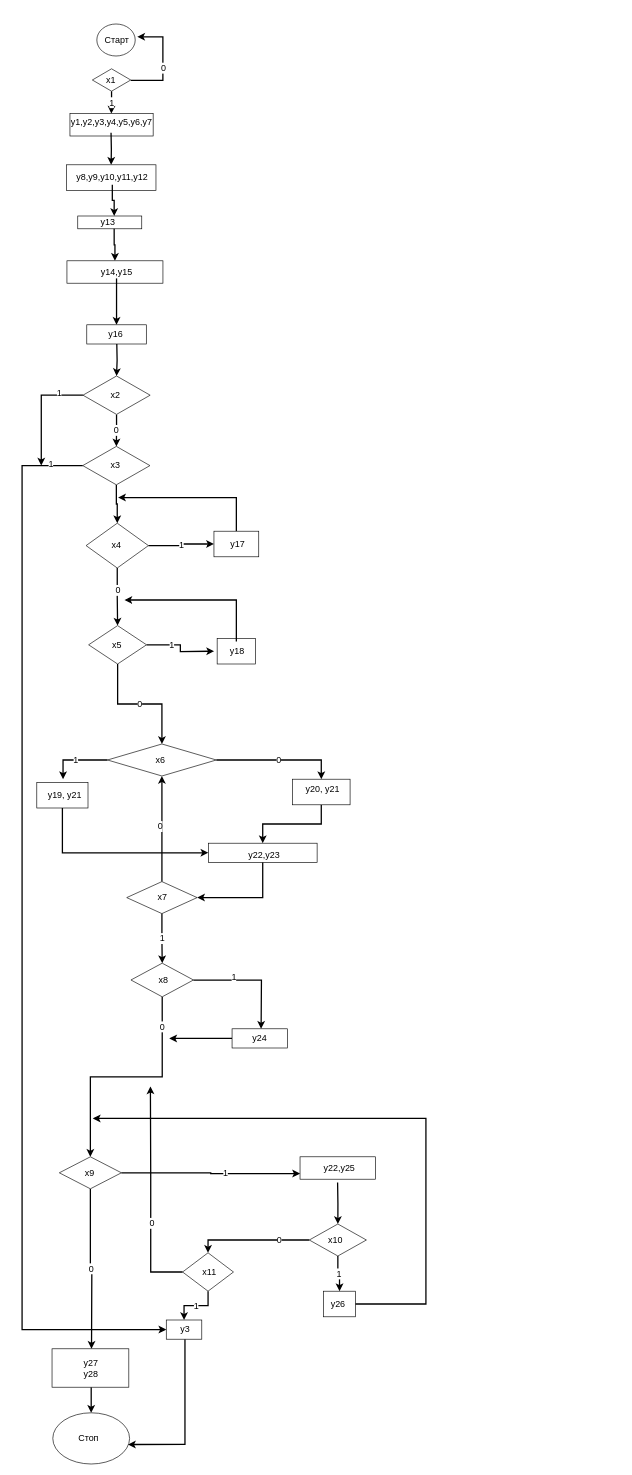
Before: BTDLab2/asdn.drawio in Paremir/Asp.Net-1, a draw.io diagram. Source tidied: cells renumbered, new cells numbered last; positions are measured from the earlier drawing's top-left corner, leaving out a move shared by most shapes. Both pictures are drawn from the tidied source at 64%, with x=0, y=0 at pixel (22, 24).
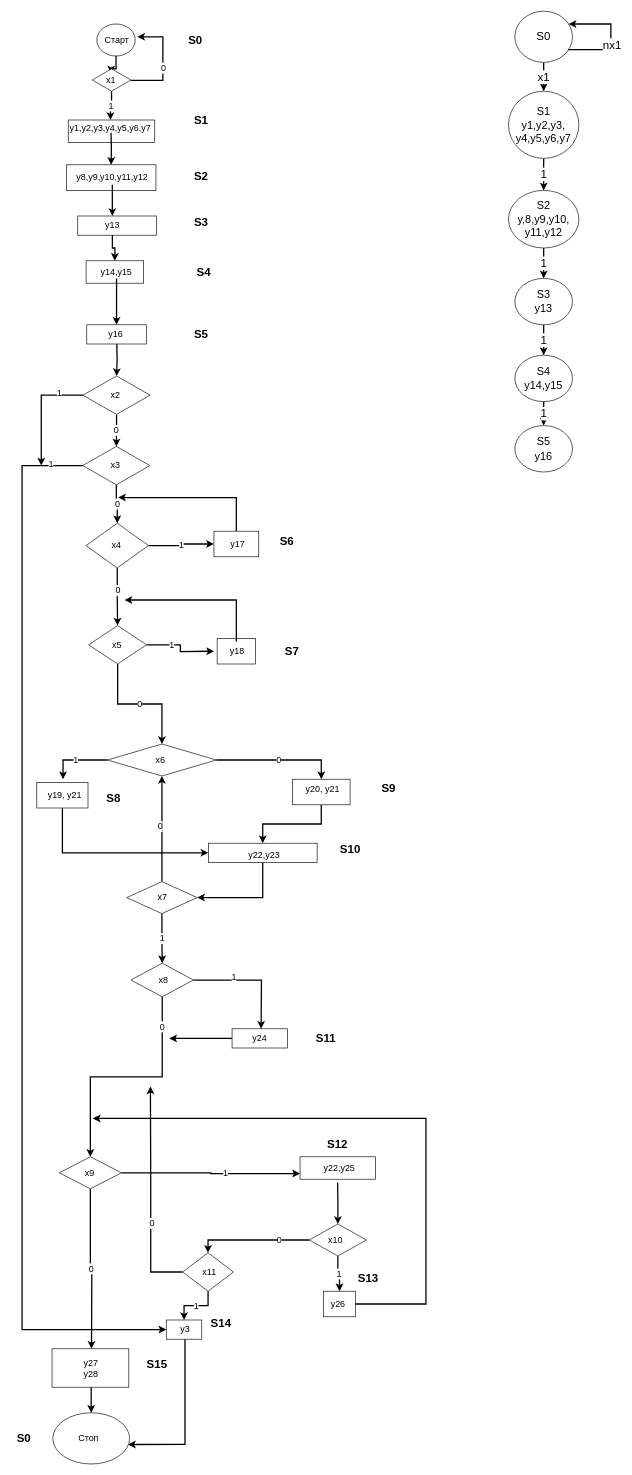
After the change.

The change refers to these unchanged cells:
```xml
<mxCell id="2" style="ellipse;whiteSpace=wrap;html=1;fontSize=14;" parent="1" vertex="1">
  <mxGeometry x="116.8" width="60" height="50" as="geometry" />
</mxCell>
<mxCell id="8" value="x1" style="text;html=1;strokeColor=none;fillColor=none;align=center;verticalAlign=middle;whiteSpace=wrap;rounded=0;fontSize=14;" parent="1" vertex="1">
  <mxGeometry x="119.2" y="77.5" width="40" height="20" as="geometry" />
</mxCell>
<mxCell id="14" value="y8,y9,y10,y11,y12" style="text;html=1;strokeColor=none;fillColor=none;align=center;verticalAlign=middle;whiteSpace=wrap;rounded=0;fontSize=14;" parent="1" vertex="1">
  <mxGeometry x="91" y="228.8" width="100" height="22.5" as="geometry" />
</mxCell>
<mxCell id="27" style="rhombus;whiteSpace=wrap;html=1;fontSize=14;" parent="1" vertex="1">
  <mxGeometry x="100" y="780" width="97.4" height="70" as="geometry" />
</mxCell>
<mxCell id="85" style="rhombus;whiteSpace=wrap;html=1;fontSize=14;" parent="1" vertex="1">
  <mxGeometry x="94.8" y="660" width="105" height="60" as="geometry" />
</mxCell>
```

The edit, as a diff of the source:
```diff
@@
+    <mxCell id="106" style="edgeStyle=orthogonalEdgeStyle;rounded=0;jettySize=auto;html=1;entryX=0.5;entryY=0;entryDx=0;entryDy=0;fontSize=18;strokeWidth=2;" parent="1" edge="1" source="2" target="8">
+      <mxGeometry relative="1" as="geometry" />
+    </mxCell>
@@
     <mxCell id="9" style="rounded=0;whiteSpace=wrap;html=1;fontSize=14;" parent="1" vertex="1">
-      <mxGeometry x="74.8" y="140" width="130" height="35" as="geometry" />
+      <mxGeometry x="72.1" y="150" width="135.2" height="35" as="geometry" />
     </mxCell>
@@
     <mxCell id="11" value="y1,y2,y3,y4,y5,y6,y7" style="text;html=1;strokeColor=none;fillColor=none;align=center;verticalAlign=middle;whiteSpace=wrap;rounded=0;fontSize=14;" parent="1" vertex="1">
-      <mxGeometry x="80.5" y="140" width="118" height="25" as="geometry" />
+      <mxGeometry x="79.1" y="150" width="118" height="25" as="geometry" />
     </mxCell>
@@
-    <mxCell id="13" style="edgeStyle=orthogonalEdgeStyle;rounded=0;jettySize=auto;html=1;entryX=0.75;entryY=0;entryDx=0;entryDy=0;fontSize=14;strokeWidth=2;" parent="1" edge="1" source="14" target="17">
+    <mxCell id="13" style="edgeStyle=orthogonalEdgeStyle;rounded=0;jettySize=auto;html=1;entryX=0.5;entryY=0;entryDx=0;entryDy=0;fontSize=14;strokeWidth=2;" parent="1" edge="1" source="14" target="17">
       <mxGeometry relative="1" as="geometry" />
     </mxCell>
@@
     <mxCell id="15" style="rounded=0;whiteSpace=wrap;html=1;fontSize=14;" parent="1" vertex="1">
-      <mxGeometry x="87" y="300" width="100" height="20" as="geometry" />
+      <mxGeometry x="87" y="300" width="123" height="30" as="geometry" />
     </mxCell>
-    <mxCell id="16" style="edgeStyle=orthogonalEdgeStyle;rounded=0;jettySize=auto;html=1;entryX=0.5;entryY=0;entryDx=0;entryDy=0;fontSize=14;strokeWidth=2;exitX=0.75;exitY=1;exitDx=0;exitDy=0;" parent="1" edge="1" source="17" target="18">
+    <mxCell id="16" style="edgeStyle=orthogonalEdgeStyle;rounded=0;jettySize=auto;html=1;entryX=0.5;entryY=0;entryDx=0;entryDy=0;fontSize=14;strokeWidth=2;exitX=0.5;exitY=1;exitDx=0;exitDy=0;" parent="1" edge="1" source="17" target="18">
       <mxGeometry relative="1" as="geometry" />
     </mxCell>
     <mxCell id="17" value="y13" style="text;html=1;strokeColor=none;fillColor=none;align=center;verticalAlign=middle;whiteSpace=wrap;rounded=0;fontSize=14;" parent="1" vertex="1">
-      <mxGeometry x="113.5" y="300" width="40.5" height="20" as="geometry" />
+      <mxGeometry x="97.8" y="300" width="86.5" height="30" as="geometry" />
     </mxCell>
     <mxCell id="18" style="rounded=0;whiteSpace=wrap;html=1;fontSize=14;" parent="1" vertex="1">
-      <mxGeometry x="70.1" y="370" width="150" height="35" as="geometry" />
+      <mxGeometry x="100" y="370" width="90" height="35" as="geometry" />
     </mxCell>
@@
     <mxCell id="20" value="y14,y15" style="text;html=1;strokeColor=none;fillColor=none;align=center;verticalAlign=middle;whiteSpace=wrap;rounded=0;fontSize=14;" parent="1" vertex="1">
-      <mxGeometry x="82.6" y="377.5" width="130" height="20" as="geometry" />
+      <mxGeometry x="106.3" y="377.5" width="82.6" height="20" as="geometry" />
     </mxCell>
@@
-    <mxCell id="84" style="edgeStyle=orthogonalEdgeStyle;rounded=0;jettySize=auto;html=1;entryX=0.5;entryY=0;entryDx=0;entryDy=0;fontSize=14;strokeWidth=2;" parent="1" edge="1" source="85" target="27">
+    <mxCell id="84" value="0" style="edgeStyle=orthogonalEdgeStyle;rounded=0;jettySize=auto;html=1;entryX=0.5;entryY=0;entryDx=0;entryDy=0;fontSize=14;strokeWidth=2;" parent="1" edge="1" source="85" target="27">
       <mxGeometry relative="1" as="geometry" />
     </mxCell>
@@
+    <mxCell id="107" value="S0" style="text;html=1;strokeColor=none;fillColor=none;align=center;verticalAlign=middle;whiteSpace=wrap;rounded=0;fontSize=18;fontStyle=1;" parent="1" vertex="1">
+      <mxGeometry x="250.5" y="15" width="40" height="20" as="geometry" />
+    </mxCell>
+    <mxCell id="108" value="S1" style="text;html=1;strokeColor=none;fillColor=none;align=center;verticalAlign=middle;whiteSpace=wrap;rounded=0;fontSize=18;fontStyle=1;" parent="1" vertex="1">
+      <mxGeometry x="260.3" y="140" width="40" height="20" as="geometry" />
+    </mxCell>
+    <mxCell id="109" value="S2" style="text;html=1;strokeColor=none;fillColor=none;align=center;verticalAlign=middle;whiteSpace=wrap;rounded=0;fontSize=18;fontStyle=1;" parent="1" vertex="1">
+      <mxGeometry x="259.8" y="228.8" width="40" height="20" as="geometry" />
+    </mxCell>
+    <mxCell id="110" value="S3" style="text;html=1;strokeColor=none;fillColor=none;align=center;verticalAlign=middle;whiteSpace=wrap;rounded=0;fontSize=18;fontStyle=1;" parent="1" vertex="1">
+      <mxGeometry x="260.3" y="300" width="40" height="20" as="geometry" />
+    </mxCell>
+    <mxCell id="111" value="S4" style="text;html=1;strokeColor=none;fillColor=none;align=center;verticalAlign=middle;whiteSpace=wrap;rounded=0;fontSize=18;fontStyle=1;" parent="1" vertex="1">
+      <mxGeometry x="263.5" y="377.5" width="40" height="20" as="geometry" />
+    </mxCell>
+    <mxCell id="112" value="S5" style="text;html=1;strokeColor=none;fillColor=none;align=center;verticalAlign=middle;whiteSpace=wrap;rounded=0;fontSize=18;fontStyle=1;" parent="1" vertex="1">
+      <mxGeometry x="260.3" y="475" width="40" height="20" as="geometry" />
+    </mxCell>
+    <mxCell id="113" value="S6" style="text;html=1;strokeColor=none;fillColor=none;align=center;verticalAlign=middle;whiteSpace=wrap;rounded=0;fontSize=18;fontStyle=1;" parent="1" vertex="1">
+      <mxGeometry x="394.3" y="797.5" width="40" height="20" as="geometry" />
+    </mxCell>
+    <mxCell id="114" value="S7" style="text;html=1;strokeColor=none;fillColor=none;align=center;verticalAlign=middle;whiteSpace=wrap;rounded=0;fontSize=18;fontStyle=1;" parent="1" vertex="1">
+      <mxGeometry x="401.7" y="970" width="40" height="20" as="geometry" />
+    </mxCell>
+    <mxCell id="115" value="S8" style="text;html=1;strokeColor=none;fillColor=none;align=center;verticalAlign=middle;whiteSpace=wrap;rounded=0;fontSize=18;fontStyle=1;" parent="1" vertex="1">
+      <mxGeometry x="123.2" y="1200" width="40" height="20" as="geometry" />
+    </mxCell>
+    <mxCell id="116" value="S9" style="text;html=1;strokeColor=none;fillColor=none;align=center;verticalAlign=middle;whiteSpace=wrap;rounded=0;fontSize=18;fontStyle=1;" parent="1" vertex="1">
+      <mxGeometry x="552.6" y="1185" width="40" height="20" as="geometry" />
+    </mxCell>
+    <mxCell id="117" value="S10" style="text;html=1;strokeColor=none;fillColor=none;align=center;verticalAlign=middle;whiteSpace=wrap;rounded=0;fontSize=18;fontStyle=1;" parent="1" vertex="1">
+      <mxGeometry x="493.2" y="1280" width="40" height="20" as="geometry" />
+    </mxCell>
+    <mxCell id="118" value="S11" style="text;html=1;strokeColor=none;fillColor=none;align=center;verticalAlign=middle;whiteSpace=wrap;rounded=0;fontSize=18;fontStyle=1;" parent="1" vertex="1">
+      <mxGeometry x="455.3" y="1575" width="40" height="20" as="geometry" />
+    </mxCell>
+    <mxCell id="119" value="S12" style="text;html=1;strokeColor=none;fillColor=none;align=center;verticalAlign=middle;whiteSpace=wrap;rounded=0;fontSize=18;fontStyle=1;" parent="1" vertex="1">
+      <mxGeometry x="473.4" y="1740" width="40" height="20" as="geometry" />
+    </mxCell>
+    <mxCell id="120" value="S13" style="text;html=1;strokeColor=none;fillColor=none;align=center;verticalAlign=middle;whiteSpace=wrap;rounded=0;fontSize=18;fontStyle=1;" parent="1" vertex="1">
+      <mxGeometry x="521" y="1950" width="40" height="20" as="geometry" />
+    </mxCell>
+    <mxCell id="121" value="S14" style="text;html=1;strokeColor=none;fillColor=none;align=center;verticalAlign=middle;whiteSpace=wrap;rounded=0;fontSize=18;fontStyle=1;" parent="1" vertex="1">
+      <mxGeometry x="291" y="2020" width="40" height="20" as="geometry" />
+    </mxCell>
+    <mxCell id="122" value="S15" style="text;html=1;strokeColor=none;fillColor=none;align=center;verticalAlign=middle;whiteSpace=wrap;rounded=0;fontSize=18;fontStyle=1;" parent="1" vertex="1">
+      <mxGeometry x="191" y="2085" width="40" height="20" as="geometry" />
+    </mxCell>
+    <mxCell id="123" value="S0" style="text;html=1;strokeColor=none;fillColor=none;align=center;verticalAlign=middle;whiteSpace=wrap;rounded=0;fontSize=18;fontStyle=1;" parent="1" vertex="1">
+      <mxGeometry x="-17" y="2200" width="40" height="20" as="geometry" />
+    </mxCell>
+    <mxCell id="124" value="&lt;font style=&quot;font-size: 18px&quot;&gt;x1&lt;/font&gt;" style="edgeStyle=orthogonalEdgeStyle;rounded=0;jettySize=auto;html=1;entryX=0.5;entryY=0;entryDx=0;entryDy=0;fontSize=18;strokeWidth=2;" parent="1" edge="1" source="127" target="129">
+      <mxGeometry relative="1" as="geometry" />
+    </mxCell>
+    <mxCell id="125" style="edgeStyle=orthogonalEdgeStyle;rounded=0;orthogonalLoop=1;jettySize=auto;html=1;fontSize=18;strokeWidth=2;exitX=1;exitY=1;exitDx=0;exitDy=0;" parent="1" edge="1" source="127" target="127">
+      <mxGeometry relative="1" as="geometry">
+        <Array as="points">
+          <mxPoint x="920" y="40" />
+          <mxPoint x="920" />
+        </Array>
+      </mxGeometry>
+    </mxCell>
+    <mxCell id="126" value="nx1" style="edgeLabel;html=1;align=center;verticalAlign=middle;fontSize=18;" parent="125" vertex="1">
+      <mxGeometry x="-0.05" y="-1" relative="1" as="geometry" />
+    </mxCell>
+    <mxCell id="127" value="S0" style="ellipse;whiteSpace=wrap;html=1;fontSize=18;" parent="1" vertex="1">
+      <mxGeometry x="770" y="-20" width="90" height="80" as="geometry" />
+    </mxCell>
+    <mxCell id="128" value="1" style="edgeStyle=orthogonalEdgeStyle;rounded=0;jettySize=auto;html=1;entryX=0.5;entryY=0;entryDx=0;entryDy=0;fontSize=18;strokeWidth=2;" parent="1" edge="1" source="129" target="131">
+      <mxGeometry relative="1" as="geometry" />
+    </mxCell>
+    <mxCell id="129" value="&lt;font style=&quot;font-size: 17px&quot;&gt;S1&lt;br&gt;&lt;font style=&quot;font-size: 17px&quot;&gt;y1&lt;/font&gt;,y2,y3,&lt;br&gt;y4,y5,y6,y7&lt;/font&gt;" style="ellipse;whiteSpace=wrap;html=1;fontSize=18;" parent="1" vertex="1">
+      <mxGeometry x="760" y="105" width="110" height="105" as="geometry" />
+    </mxCell>
+    <mxCell id="130" value="1" style="edgeStyle=orthogonalEdgeStyle;rounded=0;jettySize=auto;html=1;entryX=0.5;entryY=0;entryDx=0;entryDy=0;fontSize=18;strokeWidth=2;" parent="1" edge="1" source="131" target="133">
+      <mxGeometry relative="1" as="geometry" />
+    </mxCell>
+    <mxCell id="131" value="&lt;font style=&quot;font-size: 17px&quot;&gt;S2&lt;br&gt;y,8,y9,y10,&lt;br&gt;y11,y12&lt;br&gt;&lt;/font&gt;" style="ellipse;whiteSpace=wrap;html=1;fontSize=18;" parent="1" vertex="1">
+      <mxGeometry x="760" y="260" width="110" height="90" as="geometry" />
+    </mxCell>
+    <mxCell id="132" value="1" style="edgeStyle=orthogonalEdgeStyle;rounded=0;jettySize=auto;html=1;entryX=0.5;entryY=0;entryDx=0;entryDy=0;fontSize=18;strokeWidth=2;" parent="1" edge="1" source="133" target="135">
+      <mxGeometry relative="1" as="geometry" />
+    </mxCell>
+    <mxCell id="133" value="&lt;font style=&quot;font-size: 17px&quot;&gt;S3&lt;br&gt;y13&lt;br&gt;&lt;/font&gt;" style="ellipse;whiteSpace=wrap;html=1;fontSize=18;" parent="1" vertex="1">
+      <mxGeometry x="770" y="397.5" width="90" height="72.5" as="geometry" />
+    </mxCell>
+    <mxCell id="134" value="1" style="edgeStyle=orthogonalEdgeStyle;rounded=0;jettySize=auto;html=1;entryX=0.5;entryY=0;entryDx=0;entryDy=0;fontSize=18;strokeWidth=2;" parent="1" edge="1" source="135" target="136">
+      <mxGeometry relative="1" as="geometry" />
+    </mxCell>
+    <mxCell id="135" value="&lt;font style=&quot;font-size: 17px&quot;&gt;S4&lt;br&gt;y14,y15&lt;br&gt;&lt;/font&gt;" style="ellipse;whiteSpace=wrap;html=1;fontSize=18;" parent="1" vertex="1">
+      <mxGeometry x="770" y="517.5" width="90" height="72.5" as="geometry" />
+    </mxCell>
+    <mxCell id="136" value="&lt;font style=&quot;font-size: 17px&quot;&gt;S5&lt;br&gt;y16&lt;br&gt;&lt;/font&gt;" style="ellipse;whiteSpace=wrap;html=1;fontSize=18;" parent="1" vertex="1">
+      <mxGeometry x="770" y="627.5" width="90" height="72.5" as="geometry" />
+    </mxCell>
```
